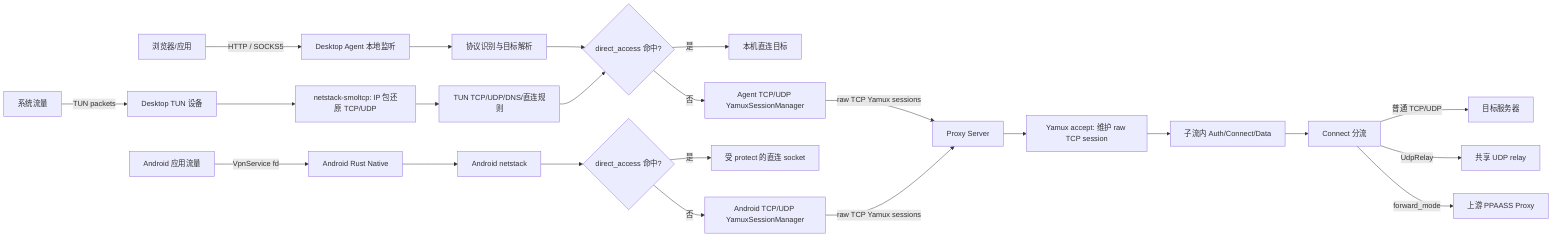
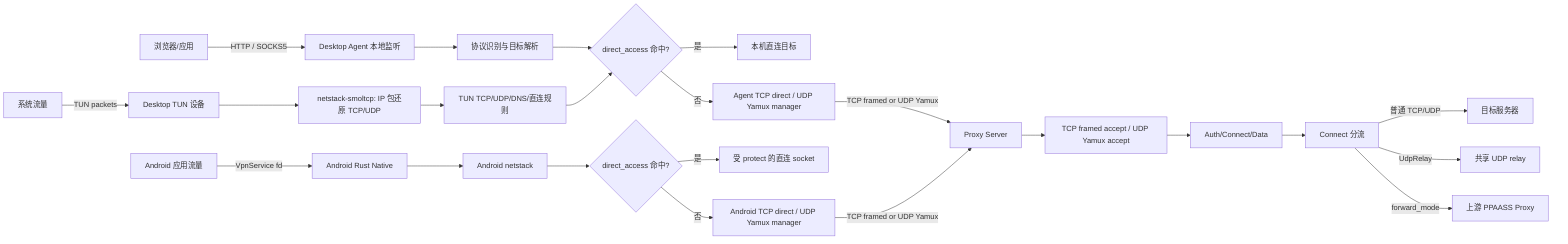
flowchart LR
    Browser["浏览器/应用"] -->|"HTTP / SOCKS5"| AgentListen["Desktop Agent 本地监听"]
    OS["系统流量"] -->|"TUN packets"| TunDevice["Desktop TUN 设备"]
    AndroidApps["Android 应用流量"] -->|"VpnService fd"| AndroidNative["Android Rust Native"]

    AgentListen --> AgentRouter["协议识别与目标解析"]
    TunDevice --> Netstack["netstack-smoltcp: IP 包还原 TCP/UDP"]
    Netstack --> TunRouter["TUN TCP/UDP/DNS/直连规则"]
    AndroidNative --> AndroidNetstack["Android netstack"]

    AgentRouter --> DirectCheck{"direct_access 命中?"}
    TunRouter --> DirectCheck
    AndroidNetstack --> AndroidDirect{"direct_access 命中?"}

    DirectCheck -->|"是"| LocalTarget["本机直连目标"]
    AndroidDirect -->|"是"| AndroidDirectSocket["受 protect 的直连 socket"]

-     DirectCheck -->|"否"| AgentSessions["Agent TCP/UDP YamuxSessionManager"]
-     AndroidDirect -->|"否"| AndroidSessions["Android TCP/UDP YamuxSessionManager"]
+     DirectCheck -->|"否"| AgentSessions["Agent TCP direct / UDP Yamux manager"]
+     AndroidDirect -->|"否"| AndroidSessions["Android TCP direct / UDP Yamux manager"]

-     AgentSessions -->|"raw TCP Yamux sessions"| Proxy["Proxy Server"]
-     AndroidSessions -->|"raw TCP Yamux sessions"| Proxy
+     AgentSessions -->|"TCP framed or UDP Yamux"| Proxy["Proxy Server"]
+     AndroidSessions -->|"TCP framed or UDP Yamux"| Proxy

-     Proxy --> YamuxAccept["Yamux accept: 维护 raw TCP session"]
-     YamuxAccept --> Auth["子流内 Auth/Connect/Data"]
+     Proxy --> YamuxAccept["TCP framed accept / UDP Yamux accept"]
+     YamuxAccept --> Auth["Auth/Connect/Data"]
    Auth --> ConnectDispatch["Connect 分流"]
    ConnectDispatch -->|"普通 TCP/UDP"| Target["目标服务器"]
    ConnectDispatch -->|"UdpRelay"| UdpRelay["共享 UDP relay"]
    ConnectDispatch -->|"forward_mode"| Upstream["上游 PPAASS Proxy"]
